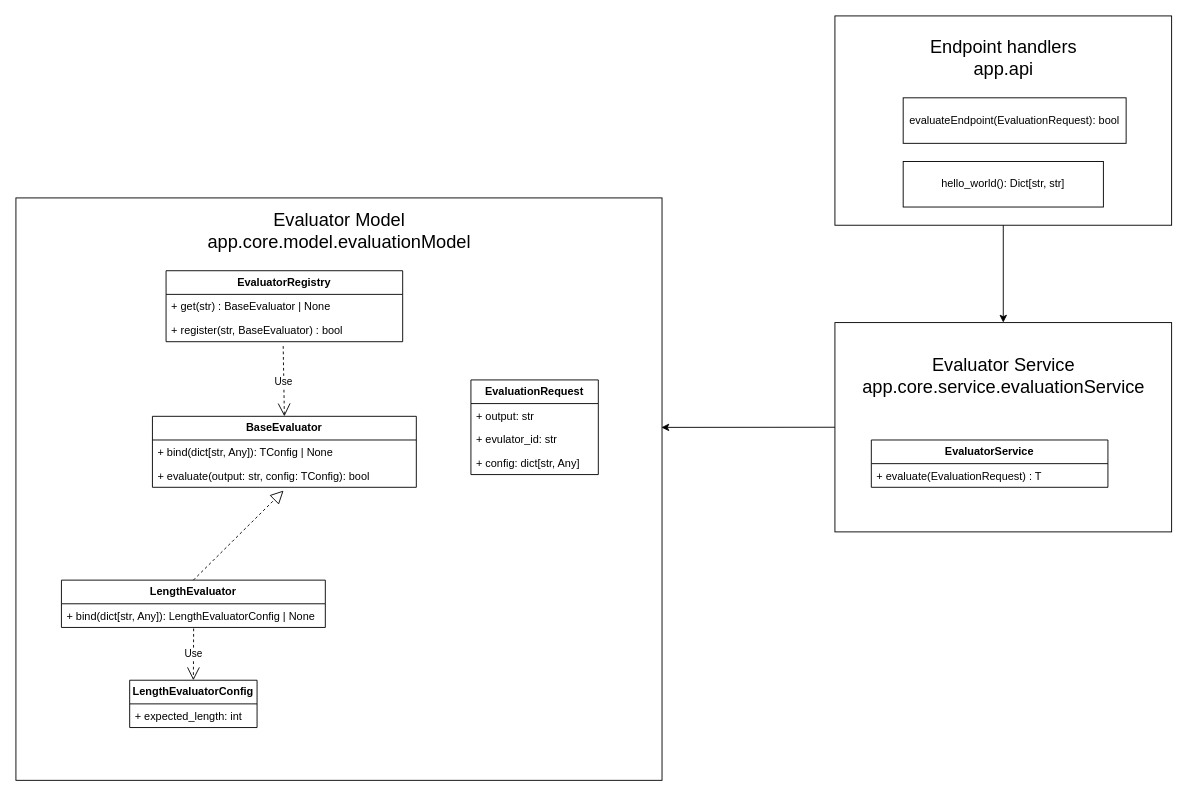
Earlier version of the draw.io diagram docs/diagrams/component.drawio (ITU-AKA-syv-ai/Workflow-evaluation). Source tidied: cells renumbered, new cells numbered last; positions are measured from the earlier drawing's top-left corner, leaving out a move shared by most shapes. Both pictures are drawn from the tidied source at 91%, with x=0, y=0 at pixel (15, 15).
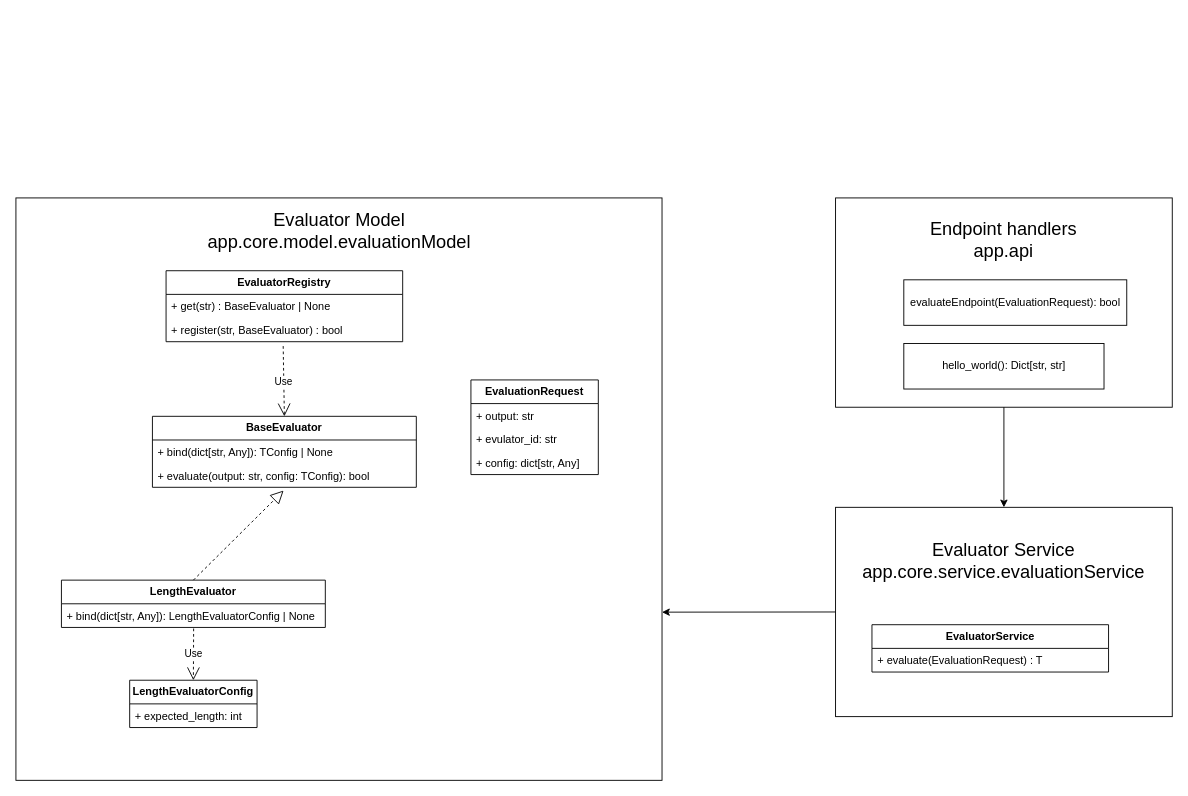
Above is the later version.

Commit message (it also covers changes not shown here):
Adjust class diagram to make the overall image smaller

Unchanged cells that the change refers to:
```xml
<mxCell id="2" style="rounded=0;whiteSpace=wrap;html=1;fillColor=none;" parent="1" vertex="1">
  <mxGeometry y="200" width="710" height="640" as="geometry" />
</mxCell>
```

Diff of the diagram source:
```diff
@@
     <mxCell id="18" style="rounded=0;whiteSpace=wrap;html=1;fillColor=none;" parent="1" vertex="1">
-      <mxGeometry x="900" y="337" width="370" height="230" as="geometry" />
+      <mxGeometry x="900.7" y="540" width="370" height="230" as="geometry" />
     </mxCell>
     <mxCell id="19" value="&lt;b&gt;EvaluatorService&lt;/b&gt;" style="swimlane;fontStyle=0;horizontal=1;startSize=26;fillColor=none;whiteSpace=wrap;html=1;" parent="1" vertex="1">
-      <mxGeometry x="940" y="466" width="260" height="52" as="geometry" />
+      <mxGeometry x="940.7" y="669" width="260" height="52" as="geometry" />
     </mxCell>
@@
     <mxCell id="21" value="&lt;font style=&quot;font-size: 20px;&quot;&gt;Evaluator Service app.core.service.evaluationService&lt;/font&gt;" style="text;html=1;whiteSpace=wrap;strokeColor=none;fillColor=none;align=center;verticalAlign=middle;rounded=0;" parent="1" vertex="1">
-      <mxGeometry x="957.5" y="380" width="255" height="30" as="geometry" />
+      <mxGeometry x="958.2" y="583" width="255" height="30" as="geometry" />
     </mxCell>
-    <mxCell id="22" style="endArrow=classic;html=1;rounded=0;entryX=0.999;entryY=0.394;entryDx=0;entryDy=0;exitX=0;exitY=0.5;exitDx=0;exitDy=0;entryPerimeter=0;" parent="1" edge="1" source="18" target="2">
-      <mxGeometry relative="1" as="geometry" />
+    <mxCell id="22" style="endArrow=classic;html=1;rounded=0;entryX=0.999;entryY=0.394;entryDx=0;entryDy=0;exitX=0;exitY=0.5;exitDx=0;exitDy=0;entryPerimeter=0;" parent="1" edge="1" source="18">
+      <mxGeometry relative="1" as="geometry">
+        <mxPoint x="710" y="655.2" as="targetPoint" />
+      </mxGeometry>
     </mxCell>
     <mxCell id="23" style="rounded=0;whiteSpace=wrap;html=1;fillColor=none;" parent="1" vertex="1">
-      <mxGeometry x="900" width="370" height="230" as="geometry" />
+      <mxGeometry x="900.7" y="200" width="370" height="230" as="geometry" />
     </mxCell>
     <mxCell id="24" value="&lt;span style=&quot;font-size: 20px;&quot;&gt;Endpoint handlers&lt;/span&gt;&lt;div&gt;&lt;span style=&quot;font-size: 20px;&quot;&gt;app.api&lt;/span&gt;&lt;/div&gt;" style="text;html=1;whiteSpace=wrap;strokeColor=none;fillColor=none;align=center;verticalAlign=middle;rounded=0;" parent="1" vertex="1">
-      <mxGeometry x="957.5" y="30" width="255" height="30" as="geometry" />
+      <mxGeometry x="958.2" y="230" width="255" height="30" as="geometry" />
     </mxCell>
     <mxCell id="25" value="evaluateEndpoint(EvaluationRequest): bool" style="html=1;whiteSpace=wrap;fillColor=none;" parent="1" vertex="1">
-      <mxGeometry x="975" y="90" width="245" height="50" as="geometry" />
+      <mxGeometry x="975.7" y="290" width="245" height="50" as="geometry" />
     </mxCell>
     <mxCell id="26" value="hello_world(): Dict[str, str]" style="html=1;whiteSpace=wrap;fillColor=none;" parent="1" vertex="1">
-      <mxGeometry x="975" y="160" width="220" height="50" as="geometry" />
+      <mxGeometry x="975.7" y="360" width="220" height="50" as="geometry" />
     </mxCell>
```
